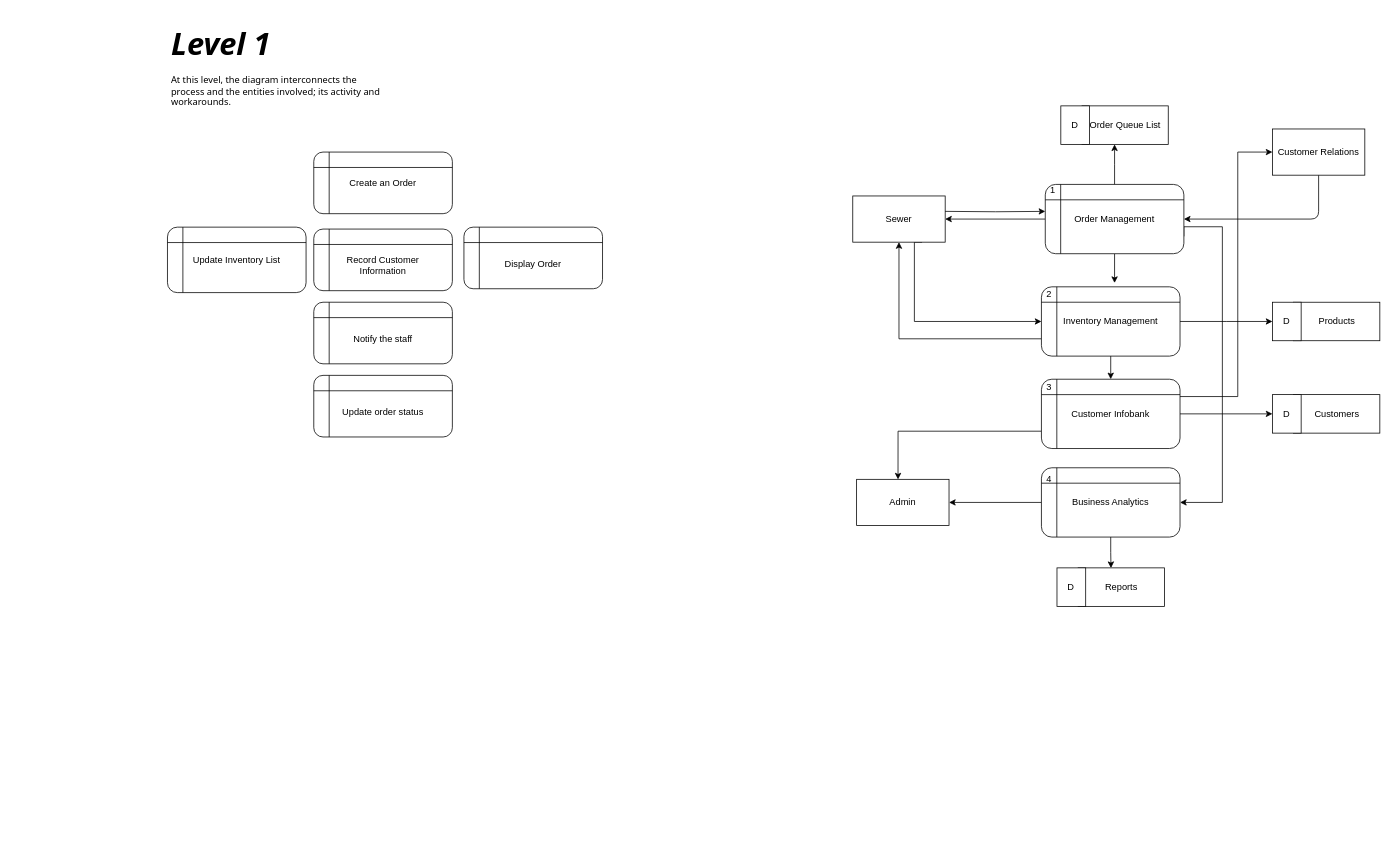
Before: page "(Rev:2) Level 1 DFD" (3 of 8) of DFD DIAGRAMS.drawio in BryanFabellore/Team_SPOTLIGHT, a draw.io diagram. Source tidied: cells renumbered, new cells numbered last; positions are measured from the earlier drawing's top-left corner, leaving out a move shared by most shapes. Both pictures are drawn from the tidied source at 77%, with x=0, y=0 at pixel (167, 21).
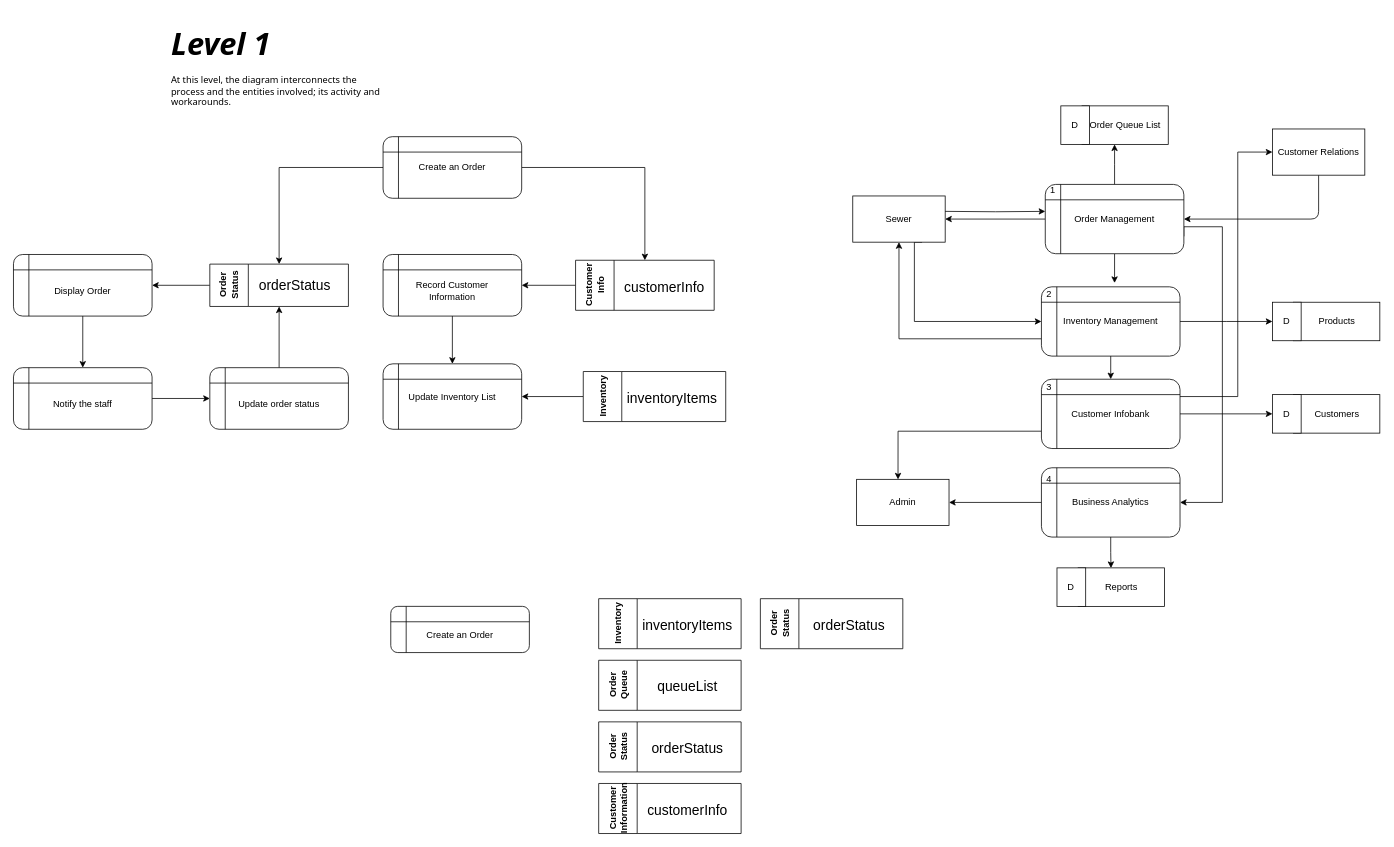
The same page after the edit.

Change to the diagram source:
```diff
@@
+    <mxCell id="47" style="edgeStyle=orthogonalEdgeStyle;rounded=0;jettySize=auto;html=1;exitX=0;exitY=0.5;exitDx=0;exitDy=0;entryX=0.5;entryY=0;entryDx=0;entryDy=0;fontSize=18;" parent="1" edge="1" source="41" target="57">
+      <mxGeometry relative="1" as="geometry" />
+    </mxCell>
+    <mxCell id="48" style="edgeStyle=orthogonalEdgeStyle;rounded=0;jettySize=auto;html=1;entryX=0.5;entryY=0;entryDx=0;entryDy=0;fontSize=18;" parent="1" edge="1" source="41" target="54">
+      <mxGeometry relative="1" as="geometry" />
+    </mxCell>
     <mxCell id="41" value="Create an Order" style="shape=internalStorage;whiteSpace=wrap;html=1;backgroundOutline=1;rounded=1;strokeColor=default;fontFamily=Helvetica;fontSize=12;fontColor=default;fillColor=#FFFFFF;" parent="1" vertex="1">
-      <mxGeometry x="190" y="170" width="180" height="80" as="geometry" />
+      <mxGeometry x="280" y="150" width="180" height="80" as="geometry" />
     </mxCell>
     <mxCell id="42" value="Update Inventory List" style="shape=internalStorage;whiteSpace=wrap;html=1;backgroundOutline=1;rounded=1;strokeColor=default;fontFamily=Helvetica;fontSize=12;fontColor=default;fillColor=#FFFFFF;" parent="1" vertex="1">
-      <mxGeometry y="267.5" width="180" height="85" as="geometry" />
+      <mxGeometry x="280" y="445" width="180" height="85" as="geometry" />
     </mxCell>
+    <mxCell id="49" style="edgeStyle=orthogonalEdgeStyle;rounded=0;jettySize=auto;html=1;entryX=0.5;entryY=0;entryDx=0;entryDy=0;fontSize=18;" parent="1" edge="1" source="43" target="42">
+      <mxGeometry relative="1" as="geometry" />
+    </mxCell>
     <mxCell id="43" value="&lt;br&gt;Record Customer&lt;br&gt;Information" style="shape=internalStorage;whiteSpace=wrap;html=1;backgroundOutline=1;rounded=1;strokeColor=default;fontFamily=Helvetica;fontSize=12;fontColor=default;fillColor=#FFFFFF;" parent="1" vertex="1">
-      <mxGeometry x="190" y="270" width="180" height="80" as="geometry" />
+      <mxGeometry x="280" y="303" width="180" height="80" as="geometry" />
     </mxCell>
+    <mxCell id="50" style="edgeStyle=orthogonalEdgeStyle;rounded=0;jettySize=auto;html=1;entryX=0.5;entryY=0;entryDx=0;entryDy=0;fontSize=18;" parent="1" edge="1" source="44" target="46">
+      <mxGeometry relative="1" as="geometry" />
+    </mxCell>
     <mxCell id="44" value="&lt;br&gt;Display Order" style="shape=internalStorage;whiteSpace=wrap;html=1;backgroundOutline=1;rounded=1;strokeColor=default;fontFamily=Helvetica;fontSize=12;fontColor=default;fillColor=#FFFFFF;" parent="1" vertex="1">
-      <mxGeometry x="385" y="267.5" width="180" height="80" as="geometry" />
+      <mxGeometry x="-200" y="303" width="180" height="80" as="geometry" />
     </mxCell>
+    <mxCell id="51" style="edgeStyle=orthogonalEdgeStyle;rounded=0;jettySize=auto;html=1;exitX=0.5;exitY=0;exitDx=0;exitDy=0;entryX=0.5;entryY=1;entryDx=0;entryDy=0;fontSize=18;" parent="1" edge="1" source="45" target="57">
+      <mxGeometry relative="1" as="geometry" />
+    </mxCell>
     <mxCell id="45" value="&lt;br&gt;Update order status" style="shape=internalStorage;whiteSpace=wrap;html=1;backgroundOutline=1;rounded=1;strokeColor=default;fontFamily=Helvetica;fontSize=12;fontColor=default;fillColor=#FFFFFF;" parent="1" vertex="1">
-      <mxGeometry x="190" y="460" width="180" height="80" as="geometry" />
+      <mxGeometry x="55" y="450" width="180" height="80" as="geometry" />
     </mxCell>
+    <mxCell id="52" style="edgeStyle=orthogonalEdgeStyle;rounded=0;jettySize=auto;html=1;entryX=0;entryY=0.5;entryDx=0;entryDy=0;fontSize=18;" parent="1" edge="1" source="46" target="45">
+      <mxGeometry relative="1" as="geometry" />
+    </mxCell>
     <mxCell id="46" value="&lt;br&gt;Notify the staff" style="shape=internalStorage;whiteSpace=wrap;html=1;backgroundOutline=1;rounded=1;strokeColor=default;fontFamily=Helvetica;fontSize=12;fontColor=default;fillColor=#FFFFFF;" parent="1" vertex="1">
-      <mxGeometry x="190" y="365" width="180" height="80" as="geometry" />
+      <mxGeometry x="-200" y="450" width="180" height="80" as="geometry" />
     </mxCell>
+    <mxCell id="53" style="edgeStyle=orthogonalEdgeStyle;rounded=0;jettySize=auto;html=1;entryX=1;entryY=0.5;entryDx=0;entryDy=0;fontSize=18;" parent="1" edge="1" source="54" target="43">
+      <mxGeometry relative="1" as="geometry" />
+    </mxCell>
+    <mxCell id="54" value="Customer Info" style="swimlane;horizontal=0;whiteSpace=wrap;html=1;startSize=50;" parent="1" vertex="1">
+      <mxGeometry x="530" y="310.5" width="180" height="65" as="geometry" />
+    </mxCell>
+    <mxCell id="55" value="customerInfo" style="text;html=1;align=center;verticalAlign=middle;strokeColor=none;fillColor=none;fontSize=18;" parent="54" vertex="1">
+      <mxGeometry x="50" y="15" width="130" height="40" as="geometry" />
+    </mxCell>
+    <mxCell id="56" style="edgeStyle=orthogonalEdgeStyle;rounded=0;jettySize=auto;html=1;exitX=0;exitY=0.5;exitDx=0;exitDy=0;entryX=1;entryY=0.5;entryDx=0;entryDy=0;fontSize=18;" parent="1" edge="1" source="57" target="44">
+      <mxGeometry relative="1" as="geometry" />
+    </mxCell>
+    <mxCell id="57" value="Order Status" style="swimlane;horizontal=0;whiteSpace=wrap;html=1;startSize=50;" parent="1" vertex="1">
+      <mxGeometry x="55" y="315.5" width="180" height="55" as="geometry" />
+    </mxCell>
+    <mxCell id="58" value="orderStatus" style="text;html=1;align=center;verticalAlign=middle;strokeColor=none;fillColor=none;fontSize=18;" parent="57" vertex="1">
+      <mxGeometry x="50" y="7.5" width="120" height="40" as="geometry" />
+    </mxCell>
+    <mxCell id="59" style="edgeStyle=orthogonalEdgeStyle;rounded=0;jettySize=auto;html=1;entryX=1;entryY=0.5;entryDx=0;entryDy=0;fontSize=18;" parent="1" edge="1" source="60" target="42">
+      <mxGeometry relative="1" as="geometry" />
+    </mxCell>
+    <mxCell id="60" value="Inventory" style="swimlane;horizontal=0;whiteSpace=wrap;html=1;startSize=50;" parent="1" vertex="1">
+      <mxGeometry x="540" y="455" width="185" height="65" as="geometry" />
+    </mxCell>
+    <mxCell id="61" value="inventoryItems" style="text;html=1;align=center;verticalAlign=middle;strokeColor=none;fillColor=none;fontSize=18;" parent="60" vertex="1">
+      <mxGeometry x="45" y="15" width="140" height="40" as="geometry" />
+    </mxCell>
+    <mxCell id="62" value="&lt;br&gt;Create an Order" style="shape=internalStorage;whiteSpace=wrap;html=1;backgroundOutline=1;rounded=1;strokeColor=default;fontFamily=Helvetica;fontSize=12;fontColor=default;fillColor=#FFFFFF;" parent="1" vertex="1">
+      <mxGeometry x="290" y="760" width="180" height="60" as="geometry" />
+    </mxCell>
+    <mxCell id="63" value="Inventory" style="swimlane;horizontal=0;whiteSpace=wrap;html=1;startSize=50;" parent="1" vertex="1">
+      <mxGeometry x="560" y="750" width="185" height="65" as="geometry" />
+    </mxCell>
+    <mxCell id="64" value="inventoryItems" style="text;html=1;align=center;verticalAlign=middle;strokeColor=none;fillColor=none;fontSize=18;" parent="63" vertex="1">
+      <mxGeometry x="45" y="15" width="140" height="40" as="geometry" />
+    </mxCell>
+    <mxCell id="65" value="Order Queue" style="swimlane;horizontal=0;whiteSpace=wrap;html=1;startSize=50;" parent="1" vertex="1">
+      <mxGeometry x="560" y="830" width="185" height="65" as="geometry" />
+    </mxCell>
+    <mxCell id="66" value="queueList" style="text;html=1;align=center;verticalAlign=middle;strokeColor=none;fillColor=none;fontSize=18;" parent="65" vertex="1">
+      <mxGeometry x="65" y="15" width="100" height="40" as="geometry" />
+    </mxCell>
+    <mxCell id="67" value="Order Status" style="swimlane;horizontal=0;whiteSpace=wrap;html=1;startSize=50;" parent="1" vertex="1">
+      <mxGeometry x="560" y="910" width="185" height="65" as="geometry" />
+    </mxCell>
+    <mxCell id="68" value="orderStatus" style="text;html=1;align=center;verticalAlign=middle;strokeColor=none;fillColor=none;fontSize=18;" parent="67" vertex="1">
+      <mxGeometry x="55" y="15" width="120" height="40" as="geometry" />
+    </mxCell>
+    <mxCell id="69" value="Customer Information" style="swimlane;horizontal=0;whiteSpace=wrap;html=1;startSize=50;" parent="1" vertex="1">
+      <mxGeometry x="560" y="990" width="185" height="65" as="geometry" />
+    </mxCell>
+    <mxCell id="70" value="customerInfo" style="text;html=1;align=center;verticalAlign=middle;strokeColor=none;fillColor=none;fontSize=18;" parent="69" vertex="1">
+      <mxGeometry x="50" y="15" width="130" height="40" as="geometry" />
+    </mxCell>
+    <mxCell id="71" value="Order Status" style="swimlane;horizontal=0;whiteSpace=wrap;html=1;startSize=50;" parent="1" vertex="1">
+      <mxGeometry x="770" y="750" width="185" height="65" as="geometry" />
+    </mxCell>
+    <mxCell id="72" value="orderStatus" style="text;html=1;align=center;verticalAlign=middle;strokeColor=none;fillColor=none;fontSize=18;" parent="71" vertex="1">
+      <mxGeometry x="55" y="15" width="120" height="40" as="geometry" />
+    </mxCell>
```
